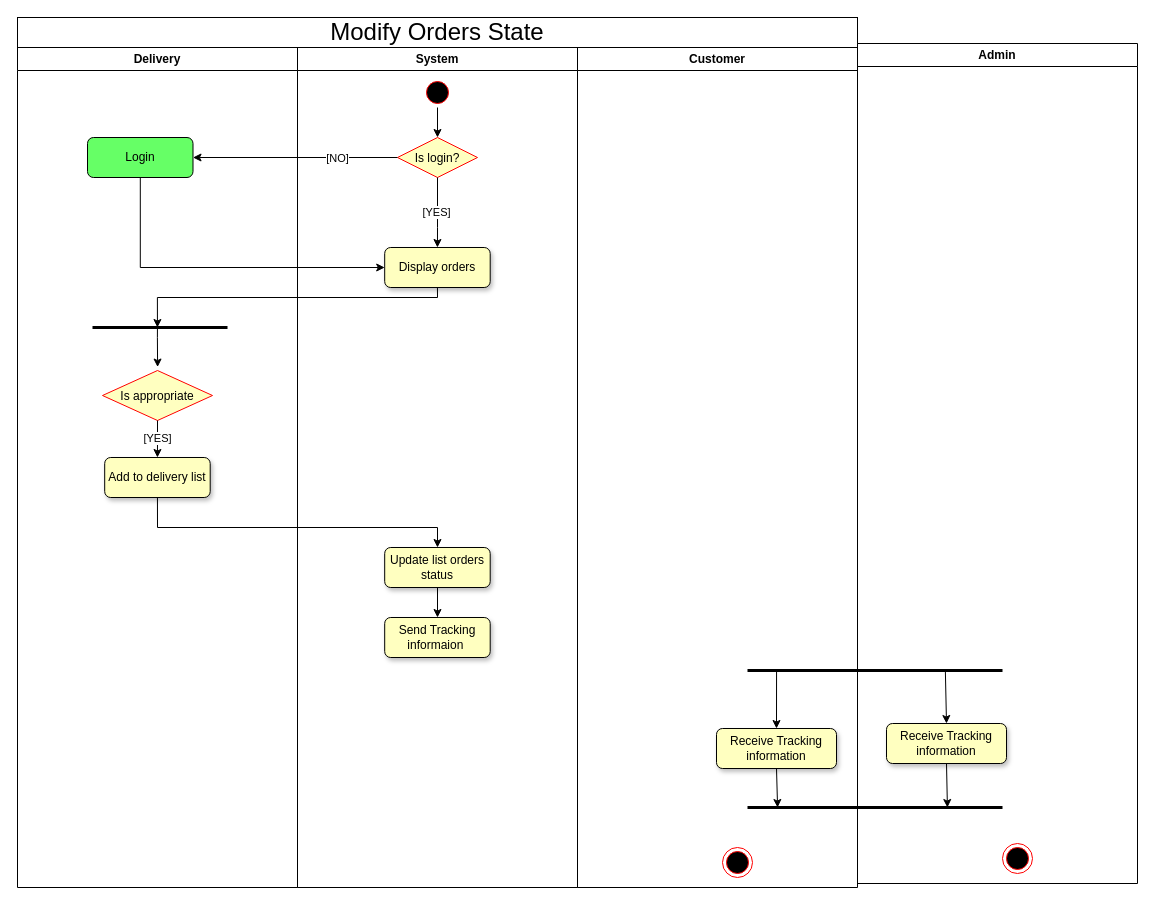
The draw.io diagram UML/activity diagram and scenario/Delivery Modifies Orders State/Modify Orders State activity diagram.drawio in eltohamy3/Ecommerce-System-analysis_project, before the edit. Source tidied: cells renumbered, new cells numbered last; positions are measured from the earlier drawing's top-left corner, leaving out a move shared by most shapes. Both pictures are drawn from the tidied source at 100%, with x=0, y=0 at pixel (17, 17).
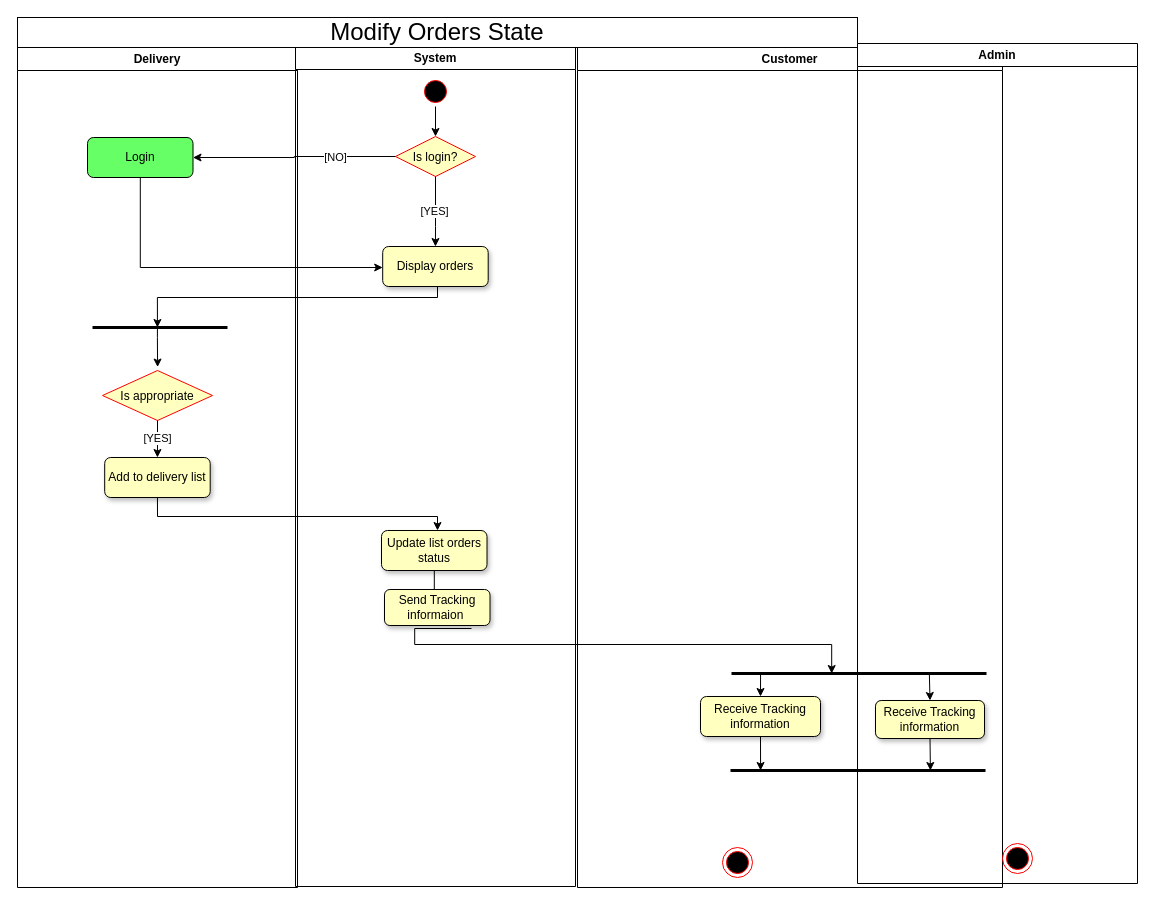
Above is the later version.

Unchanged cells that the change refers to:
```xml
<mxCell id="7" value="Add to delivery list" style="rounded=1;whiteSpace=wrap;html=1;fillColor=#FFFFC0;shadow=1;" parent="2" vertex="1">
  <mxGeometry x="87.2" y="410" width="105.5" height="40" as="geometry" />
</mxCell>
<mxCell id="28" value="Admin" style="swimlane;whiteSpace=wrap;fillColor=#FFFFFF;" parent="1" vertex="1">
  <mxGeometry x="840" y="26" width="280" height="840" as="geometry" />
</mxCell>
```

What changed in the source:
```diff
@@
     <mxCell id="9" value="System" style="swimlane;whiteSpace=wrap;fillColor=#FFFFFF;" parent="1" vertex="1">
-      <mxGeometry x="280" y="30" width="280" height="840" as="geometry" />
+      <mxGeometry x="278" y="29" width="280" height="840" as="geometry" />
     </mxCell>
@@
     <mxCell id="12" value="Update list orders status" style="rounded=1;whiteSpace=wrap;html=1;fillColor=#FFFFC0;shadow=1;" parent="9" vertex="1">
-      <mxGeometry x="87.2" y="500" width="105.5" height="40" as="geometry" />
+      <mxGeometry x="86" y="484" width="105.5" height="40" as="geometry" />
     </mxCell>
     <mxCell id="13" value="Send Tracking informaion&amp;nbsp;" style="rounded=1;whiteSpace=wrap;html=1;fillColor=#FFFFC0;shadow=1;" parent="9" vertex="1">
-      <mxGeometry x="87.2" y="570" width="105.5" height="40" as="geometry" />
+      <mxGeometry x="89" y="543" width="105.5" height="36" as="geometry" />
     </mxCell>
@@
     <mxCell id="19" style="edgeStyle=orthogonalEdgeStyle;rounded=0;jettySize=auto;html=1;exitX=0.5;exitY=1;exitDx=0;exitDy=0;fillColor=#FFFFC0;" parent="1" edge="1" source="7" target="12">
       <mxGeometry relative="1" as="geometry">
         <Array as="points">
-          <mxPoint x="140" y="510" />
+          <mxPoint x="140" y="499" />
+          <mxPoint x="420" y="499" />
         </Array>
       </mxGeometry>
     </mxCell>
@@
     <mxCell id="21" value="Customer" style="swimlane;whiteSpace=wrap;fillColor=#FFFFFF;" parent="1" vertex="1">
-      <mxGeometry x="560" y="30" width="280" height="840" as="geometry" />
+      <mxGeometry x="560" y="30" width="425" height="840" as="geometry" />
     </mxCell>
@@
     <mxCell id="23" value="Receive Tracking information" style="rounded=1;whiteSpace=wrap;html=1;fillColor=#FFFFC0;shadow=1;" parent="21" vertex="1">
-      <mxGeometry x="139" y="681" width="120" height="40" as="geometry" />
+      <mxGeometry x="123" y="649" width="120" height="40" as="geometry" />
     </mxCell>
+    <mxCell id="37" style="edgeStyle=orthogonalEdgeStyle;rounded=0;orthogonalLoop=1;jettySize=auto;html=1;" parent="21" edge="1">
+      <mxGeometry relative="1" as="geometry">
+        <mxPoint x="-106" y="581" as="sourcePoint" />
+        <mxPoint x="254.2" y="626" as="targetPoint" />
+        <Array as="points">
+          <mxPoint x="-162.8" y="597" />
+          <mxPoint x="254.2" y="597" />
+        </Array>
+      </mxGeometry>
+    </mxCell>
@@
     <mxCell id="30" value="Receive Tracking information" style="rounded=1;whiteSpace=wrap;html=1;fillColor=#FFFFC0;shadow=1;" parent="28" vertex="1">
-      <mxGeometry x="29" y="680" width="120" height="40" as="geometry" />
+      <mxGeometry x="18" y="657" width="109" height="38" as="geometry" />
     </mxCell>
+    <mxCell id="32" style="line;strokeWidth=3;fillColor=#FFFFC0;align=left;verticalAlign=middle;spacingTop=-1;spacingLeft=3;spacingRight=3;labelPosition=right;points=[];portConstraint=eastwest;strokeColor=inherit;" parent="28" vertex="1">
+      <mxGeometry x="-127" y="723" width="255" height="8" as="geometry" />
+    </mxCell>
+    <mxCell id="34" style="endArrow=classic;html=1;rounded=0;entryX=0.784;entryY=0.5;entryDx=0;entryDy=0;exitX=0.5;exitY=1;exitDx=0;exitDy=0;entryPerimeter=0;" parent="28" edge="1" source="30" target="32">
+      <mxGeometry relative="1" as="geometry" />
+    </mxCell>
     <mxCell id="31" style="line;strokeWidth=3;fillColor=#FFFFC0;align=left;verticalAlign=middle;spacingTop=-1;spacingLeft=3;spacingRight=3;labelPosition=right;points=[];portConstraint=eastwest;strokeColor=inherit;" parent="28" vertex="1">
-      <mxGeometry x="-110" y="617" width="255" height="20" as="geometry" />
+      <mxGeometry x="-126" y="620" width="255" height="20" as="geometry" />
     </mxCell>
-    <mxCell id="32" style="line;strokeWidth=3;fillColor=#FFFFC0;align=left;verticalAlign=middle;spacingTop=-1;spacingLeft=3;spacingRight=3;labelPosition=right;points=[];portConstraint=eastwest;strokeColor=inherit;" parent="28" vertex="1">
-      <mxGeometry x="-110" y="760" width="255" height="8" as="geometry" />
-    </mxCell>
@@
-    <mxCell id="34" style="endArrow=classic;html=1;rounded=0;entryX=0.784;entryY=0.5;entryDx=0;entryDy=0;exitX=0.5;exitY=1;exitDx=0;exitDy=0;entryPerimeter=0;" parent="28" edge="1" source="30" target="32">
-      <mxGeometry relative="1" as="geometry" />
-    </mxCell>
+    <mxCell id="36" style="endArrow=classic;html=1;rounded=0;entryX=0.118;entryY=0.5;entryDx=0;entryDy=0;exitX=0.5;exitY=1;exitDx=0;exitDy=0;entryPerimeter=0;" parent="1" edge="1" source="23" target="32">
+      <mxGeometry relative="1" as="geometry" />
+    </mxCell>
@@
-    <mxCell id="36" style="endArrow=classic;html=1;rounded=0;entryX=0.118;entryY=0.5;entryDx=0;entryDy=0;exitX=0.5;exitY=1;exitDx=0;exitDy=0;entryPerimeter=0;" parent="1" edge="1" source="23" target="32">
-      <mxGeometry relative="1" as="geometry" />
-    </mxCell>
```
